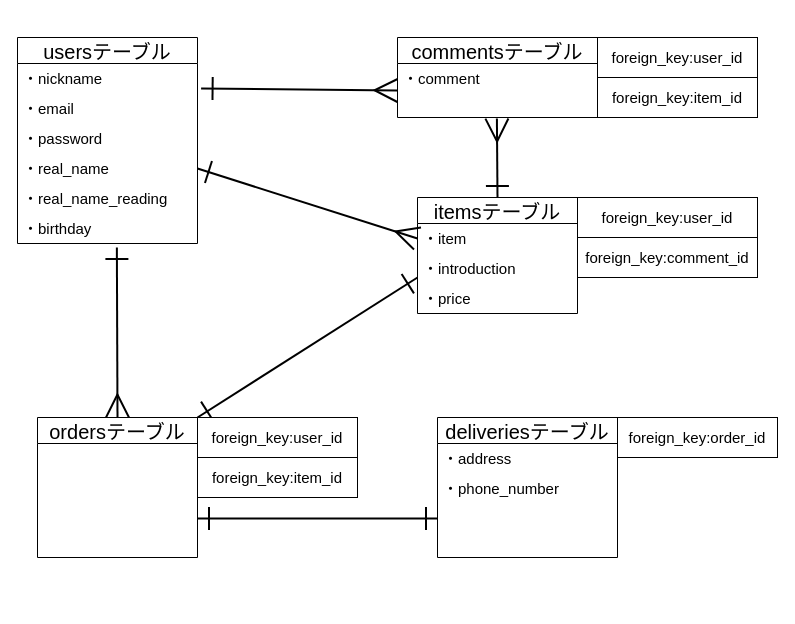
suzuka1621/furima-38672 keeps this draw.io diagram as furima.dio. Above is the earlier version. Source tidied: cells renumbered, new cells numbered last; positions are measured from the earlier drawing's top-left corner, leaving out a move shared by most shapes. Both pictures are drawn from the tidied source at 100%, with x=0, y=0 at pixel (17, 37).
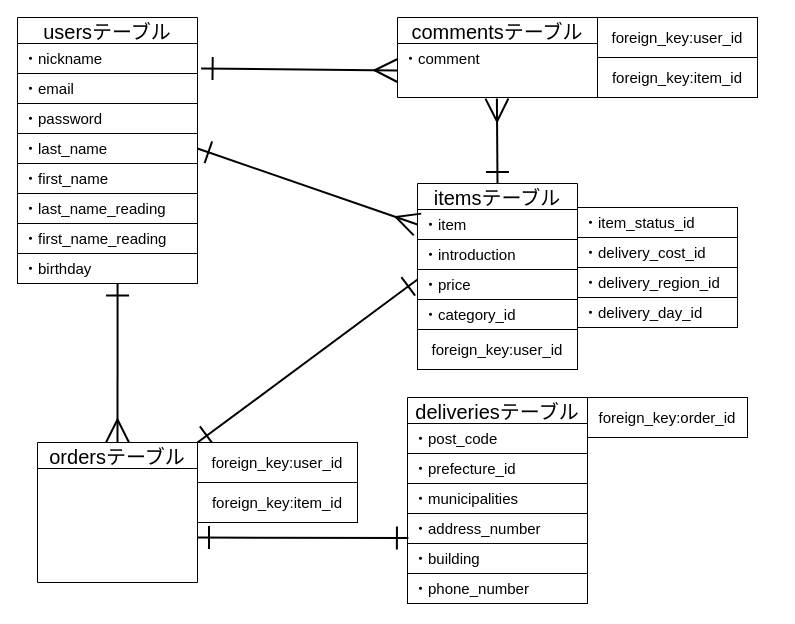
After the change.

Commit message (it also covers changes not shown here):
DB設計コード再修正(2回目)

The change refers to these unchanged cells:
```xml
<mxCell id="3" value="・comment" style="text;strokeColor=none;fillColor=none;spacingLeft=4;spacingRight=4;overflow=hidden;points=[[0,0.5],[1,0.5]];portConstraint=eastwest;fontSize=15;" parent="2" vertex="1">
  <mxGeometry y="26" width="200" height="54" as="geometry" />
</mxCell>
```

The edit, as a diff of the source:
```diff
@@
     <mxCell id="2" value="commentsテーブル" style="swimlane;fontStyle=0;horizontal=1;startSize=26;align=center;fontSize=20;" parent="1" vertex="1">
-      <mxGeometry x="380" width="200" height="80" as="geometry" />
+      <mxGeometry x="380" y="-20" width="200" height="80" as="geometry" />
     </mxCell>
@@
-    <mxCell id="4" style="edgeStyle=none;jumpStyle=none;jumpSize=20;html=1;exitX=1;exitY=0;exitDx=0;exitDy=0;entryX=0;entryY=0.8;entryDx=0;entryDy=0;entryPerimeter=0;strokeColor=default;strokeWidth=2;fontFamily=Helvetica;fontSize=15;startArrow=ERone;startFill=0;endArrow=ERone;endFill=0;startSize=20;endSize=20;sourcePerimeterSpacing=20;targetPerimeterSpacing=20;" parent="1" edge="1" source="6" target="18">
-      <mxGeometry relative="1" as="geometry" />
+    <mxCell id="4" style="edgeStyle=none;jumpStyle=none;jumpSize=20;html=1;exitX=1;exitY=0;exitDx=0;exitDy=0;strokeColor=default;strokeWidth=2;fontFamily=Helvetica;fontSize=15;startArrow=ERone;startFill=0;endArrow=ERone;endFill=0;startSize=20;endSize=20;sourcePerimeterSpacing=20;targetPerimeterSpacing=20;entryX=0;entryY=0;entryDx=0;entryDy=0;entryPerimeter=0;" parent="1" edge="1" source="6">
+      <mxGeometry relative="1" as="geometry">
+        <mxPoint x="400" y="242" as="targetPoint" />
+      </mxGeometry>
     </mxCell>
-    <mxCell id="5" style="edgeStyle=none;jumpStyle=none;jumpSize=20;html=1;exitX=0.5;exitY=0;exitDx=0;exitDy=0;entryX=0.552;entryY=1.133;entryDx=0;entryDy=0;entryPerimeter=0;strokeColor=default;strokeWidth=2;fontFamily=Helvetica;fontSize=15;startArrow=ERmany;startFill=0;endArrow=ERone;endFill=0;startSize=20;endSize=20;sourcePerimeterSpacing=20;targetPerimeterSpacing=20;" parent="1" edge="1" source="6" target="14">
+    <mxCell id="5" style="edgeStyle=none;jumpStyle=none;jumpSize=20;html=1;exitX=0.5;exitY=0;exitDx=0;exitDy=0;strokeColor=default;strokeWidth=2;fontFamily=Helvetica;fontSize=15;startArrow=ERmany;startFill=0;endArrow=ERone;endFill=0;startSize=20;endSize=20;sourcePerimeterSpacing=20;targetPerimeterSpacing=20;entryX=0.556;entryY=1.02;entryDx=0;entryDy=0;entryPerimeter=0;" parent="1" edge="1" source="6" target="33">
       <mxGeometry relative="1" as="geometry" />
     </mxCell>
     <mxCell id="6" value="ordersテーブル" style="swimlane;fontStyle=0;horizontal=1;startSize=26;align=center;fontSize=20;" parent="1" vertex="1">
-      <mxGeometry x="20" y="380" width="160" height="140" as="geometry" />
+      <mxGeometry x="20" y="405" width="160" height="140" as="geometry" />
     </mxCell>
@@
     <mxCell id="8" value="usersテーブル" style="swimlane;fontStyle=0;horizontal=1;startSize=26;align=center;fontSize=20;" parent="1" vertex="1">
-      <mxGeometry width="180" height="206" as="geometry" />
+      <mxGeometry y="-20" width="180" height="266" as="geometry" />
     </mxCell>
-    <mxCell id="9" value="・nickname" style="text;strokeColor=none;fillColor=none;spacingLeft=4;spacingRight=4;overflow=hidden;points=[[0,0.5],[1,0.5]];portConstraint=eastwest;fontSize=15;" parent="8" vertex="1">
+    <mxCell id="9" value="・nickname" style="text;strokeColor=default;fillColor=none;spacingLeft=4;spacingRight=4;overflow=hidden;points=[[0,0.5],[1,0.5]];portConstraint=eastwest;fontSize=15;" parent="8" vertex="1">
       <mxGeometry y="26" width="180" height="30" as="geometry" />
     </mxCell>
-    <mxCell id="10" value="・email" style="text;strokeColor=none;fillColor=none;spacingLeft=4;spacingRight=4;overflow=hidden;fontSize=15;" parent="8" vertex="1">
+    <mxCell id="10" value="・email" style="text;strokeColor=default;fillColor=none;spacingLeft=4;spacingRight=4;overflow=hidden;fontSize=15;" parent="8" vertex="1">
       <mxGeometry y="56" width="180" height="30" as="geometry" />
     </mxCell>
-    <mxCell id="11" value="・password" style="text;strokeColor=none;fillColor=none;spacingLeft=4;spacingRight=4;overflow=hidden;fontSize=15;" parent="8" vertex="1">
+    <mxCell id="11" value="・password" style="text;strokeColor=default;fillColor=none;spacingLeft=4;spacingRight=4;overflow=hidden;fontSize=15;" parent="8" vertex="1">
       <mxGeometry y="86" width="180" height="30" as="geometry" />
     </mxCell>
-    <mxCell id="12" value="・real_name" style="text;strokeColor=none;fillColor=none;spacingLeft=4;spacingRight=4;overflow=hidden;points=[[0,0.5],[1,0.5]];portConstraint=eastwest;fontSize=15;" parent="8" vertex="1">
+    <mxCell id="12" value="・last_name&#10;&#10;" style="text;strokeColor=default;fillColor=none;spacingLeft=4;spacingRight=4;overflow=hidden;points=[[0,0.5],[1,0.5]];portConstraint=eastwest;fontSize=15;" parent="8" vertex="1">
       <mxGeometry y="116" width="180" height="30" as="geometry" />
     </mxCell>
-    <mxCell id="13" value="・real_name_reading" style="text;strokeColor=none;fillColor=none;spacingLeft=4;spacingRight=4;overflow=hidden;fontSize=15;" parent="8" vertex="1">
+    <mxCell id="13" value="・first_name" style="text;strokeColor=default;fillColor=none;spacingLeft=4;spacingRight=4;overflow=hidden;fontSize=15;" parent="8" vertex="1">
       <mxGeometry y="146" width="180" height="30" as="geometry" />
     </mxCell>
-    <mxCell id="14" value="・birthday" style="text;strokeColor=none;fillColor=none;spacingLeft=4;spacingRight=4;overflow=hidden;points=[[0,0.5],[1,0.5]];portConstraint=eastwest;fontSize=15;" parent="8" vertex="1">
+    <mxCell id="14" value="・last_name_reading" style="text;strokeColor=default;fillColor=none;spacingLeft=4;spacingRight=4;overflow=hidden;points=[[0,0.5],[1,0.5]];portConstraint=eastwest;fontSize=15;" parent="8" vertex="1">
       <mxGeometry y="176" width="180" height="30" as="geometry" />
     </mxCell>
+    <mxCell id="32" value="・first_name_reading" style="text;strokeColor=default;fillColor=none;spacingLeft=4;spacingRight=4;overflow=hidden;fontSize=15;" parent="8" vertex="1">
+      <mxGeometry y="206" width="180" height="30" as="geometry" />
+    </mxCell>
+    <mxCell id="33" value="・birthday" style="text;strokeColor=default;fillColor=none;spacingLeft=4;spacingRight=4;overflow=hidden;points=[[0,0.5],[1,0.5]];portConstraint=eastwest;fontSize=15;" parent="8" vertex="1">
+      <mxGeometry y="236" width="180" height="30" as="geometry" />
+    </mxCell>
-    <mxCell id="15" style="edgeStyle=none;jumpStyle=none;jumpSize=20;html=1;exitX=0.5;exitY=0;exitDx=0;exitDy=0;entryX=0.497;entryY=1.019;entryDx=0;entryDy=0;entryPerimeter=0;strokeColor=default;strokeWidth=2;fontFamily=Helvetica;fontSize=15;startArrow=ERone;startFill=0;endArrow=ERmany;endFill=0;startSize=20;endSize=20;sourcePerimeterSpacing=20;targetPerimeterSpacing=20;" parent="1" edge="1" source="16" target="3">
+    <mxCell id="15" style="edgeStyle=none;jumpStyle=none;jumpSize=20;html=1;entryX=0.497;entryY=1.019;entryDx=0;entryDy=0;entryPerimeter=0;strokeColor=default;strokeWidth=2;fontFamily=Helvetica;fontSize=15;startArrow=ERone;startFill=0;endArrow=ERmany;endFill=0;startSize=20;endSize=20;sourcePerimeterSpacing=20;targetPerimeterSpacing=20;exitX=0.5;exitY=0;exitDx=0;exitDy=0;" parent="1" edge="1" source="16" target="3">
       <mxGeometry relative="1" as="geometry" />
     </mxCell>
     <mxCell id="16" value="itemsテーブル" style="swimlane;fontStyle=0;horizontal=1;startSize=26;align=center;fontSize=20;" parent="1" vertex="1">
-      <mxGeometry x="400" y="160" width="160" height="116" as="geometry" />
+      <mxGeometry x="400" y="146" width="160" height="186" as="geometry" />
     </mxCell>
-    <mxCell id="17" value="・item" style="text;strokeColor=none;fillColor=none;spacingLeft=4;spacingRight=4;overflow=hidden;points=[[0,0.5],[1,0.5]];portConstraint=eastwest;fontSize=15;" parent="16" vertex="1">
+    <mxCell id="17" value="・item" style="text;strokeColor=default;fillColor=none;spacingLeft=4;spacingRight=4;overflow=hidden;points=[[0,0.5],[1,0.5]];portConstraint=eastwest;fontSize=15;" parent="16" vertex="1">
       <mxGeometry y="26" width="160" height="30" as="geometry" />
     </mxCell>
-    <mxCell id="18" value="・introduction" style="text;strokeColor=none;fillColor=none;spacingLeft=4;spacingRight=4;overflow=hidden;points=[[0,0.5],[1,0.5]];portConstraint=eastwest;fontSize=15;" parent="16" vertex="1">
+    <mxCell id="18" value="・introduction" style="text;strokeColor=default;fillColor=none;spacingLeft=4;spacingRight=4;overflow=hidden;points=[[0,0.5],[1,0.5]];portConstraint=eastwest;fontSize=15;" parent="16" vertex="1">
       <mxGeometry y="56" width="160" height="30" as="geometry" />
     </mxCell>
-    <mxCell id="19" value="・price" style="text;strokeColor=none;fillColor=none;spacingLeft=4;spacingRight=4;overflow=hidden;fontSize=15;" parent="16" vertex="1">
+    <mxCell id="19" value="・price" style="text;strokeColor=default;fillColor=none;spacingLeft=4;spacingRight=4;overflow=hidden;fontSize=15;" parent="16" vertex="1">
       <mxGeometry y="86" width="160" height="30" as="geometry" />
     </mxCell>
+    <mxCell id="34" value="・category_id" style="text;strokeColor=none;fillColor=none;spacingLeft=4;spacingRight=4;overflow=hidden;fontSize=15;" parent="16" vertex="1">
+      <mxGeometry y="116" width="160" height="30" as="geometry" />
+    </mxCell>
-    <mxCell id="20" value="foreign_key:user_id" style="whiteSpace=wrap;html=1;align=center;labelBackgroundColor=none;fontFamily=Helvetica;fontSize=15;" parent="1" vertex="1">
-      <mxGeometry x="560" y="160" width="180" height="40" as="geometry" />
+    <mxCell id="20" value="foreign_key:user_id" style="whiteSpace=wrap;html=1;align=center;labelBackgroundColor=none;fontFamily=Helvetica;fontSize=15;" parent="16" vertex="1">
+      <mxGeometry y="146" width="160" height="40" as="geometry" />
     </mxCell>
     <mxCell id="21" value="foreign_key:user_id" style="whiteSpace=wrap;html=1;align=center;labelBackgroundColor=none;fontFamily=Helvetica;fontSize=15;" parent="1" vertex="1">
-      <mxGeometry x="580" width="160" height="40" as="geometry" />
+      <mxGeometry x="580" y="-20" width="160" height="40" as="geometry" />
     </mxCell>
     <mxCell id="22" value="foreign_key:item_id" style="whiteSpace=wrap;html=1;align=center;labelBackgroundColor=none;fontFamily=Helvetica;fontSize=15;" parent="1" vertex="1">
-      <mxGeometry x="580" y="40" width="160" height="40" as="geometry" />
+      <mxGeometry x="580" y="20" width="160" height="40" as="geometry" />
     </mxCell>
@@
     <mxCell id="24" value="foreign_key:user_id" style="whiteSpace=wrap;html=1;align=center;labelBackgroundColor=none;fontFamily=Helvetica;fontSize=15;" parent="1" vertex="1">
-      <mxGeometry x="180" y="380" width="160" height="40" as="geometry" />
+      <mxGeometry x="180" y="405" width="160" height="40" as="geometry" />
     </mxCell>
-    <mxCell id="25" style="edgeStyle=none;jumpStyle=none;jumpSize=20;html=1;strokeColor=default;strokeWidth=2;fontFamily=Helvetica;fontSize=15;startArrow=ERone;startFill=0;endArrow=ERone;endFill=0;startSize=20;endSize=20;sourcePerimeterSpacing=20;targetPerimeterSpacing=20;exitX=1;exitY=0.5;exitDx=0;exitDy=0;" parent="1" edge="1">
+    <mxCell id="25" style="edgeStyle=none;jumpStyle=none;jumpSize=20;html=1;strokeColor=default;strokeWidth=2;fontFamily=Helvetica;fontSize=15;startArrow=ERone;startFill=0;endArrow=ERone;endFill=0;startSize=20;endSize=20;sourcePerimeterSpacing=20;targetPerimeterSpacing=20;entryX=0.005;entryY=0.82;entryDx=0;entryDy=0;entryPerimeter=0;" parent="1" edge="1" target="37">
       <mxGeometry relative="1" as="geometry">
-        <mxPoint x="180" y="481" as="sourcePoint" />
-        <mxPoint x="420" y="481" as="targetPoint" />
+        <mxPoint x="180" y="500" as="sourcePoint" />
       </mxGeometry>
     </mxCell>
     <mxCell id="26" value="deliveriesテーブル" style="swimlane;fontStyle=0;horizontal=1;startSize=26;align=center;fontSize=20;" parent="1" vertex="1">
-      <mxGeometry x="420" y="380" width="180" height="140" as="geometry" />
+      <mxGeometry x="390" y="360" width="180" height="206" as="geometry" />
     </mxCell>
-    <mxCell id="27" value="・address" style="text;strokeColor=none;fillColor=none;spacingLeft=4;spacingRight=4;overflow=hidden;fontSize=15;" parent="26" vertex="1">
+    <mxCell id="27" value="・post_code" style="text;strokeColor=default;fillColor=none;spacingLeft=4;spacingRight=4;overflow=hidden;fontSize=15;" parent="26" vertex="1">
       <mxGeometry y="26" width="180" height="30" as="geometry" />
     </mxCell>
+    <mxCell id="35" value="・prefecture_id" style="text;strokeColor=default;fillColor=none;spacingLeft=4;spacingRight=4;overflow=hidden;fontSize=15;" parent="26" vertex="1">
+      <mxGeometry y="56" width="180" height="30" as="geometry" />
+    </mxCell>
+    <mxCell id="36" value="・municipalities" style="text;strokeColor=default;fillColor=none;spacingLeft=4;spacingRight=4;overflow=hidden;fontSize=15;" parent="26" vertex="1">
+      <mxGeometry y="86" width="180" height="30" as="geometry" />
+    </mxCell>
+    <mxCell id="37" value="・address_number" style="text;strokeColor=default;fillColor=none;spacingLeft=4;spacingRight=4;overflow=hidden;points=[[0,0.5],[1,0.5]];portConstraint=eastwest;fontSize=15;" parent="26" vertex="1">
+      <mxGeometry y="116" width="180" height="30" as="geometry" />
+    </mxCell>
+    <mxCell id="38" value="・building" style="text;strokeColor=default;fillColor=none;spacingLeft=4;spacingRight=4;overflow=hidden;fontSize=15;" parent="26" vertex="1">
+      <mxGeometry y="146" width="180" height="30" as="geometry" />
+    </mxCell>
-    <mxCell id="28" value="・phone_number" style="text;strokeColor=none;fillColor=none;spacingLeft=4;spacingRight=4;overflow=hidden;fontSize=15;" parent="26" vertex="1">
-      <mxGeometry y="56" width="180" height="84" as="geometry" />
+    <mxCell id="28" value="・phone_number" style="text;strokeColor=default;fillColor=none;spacingLeft=4;spacingRight=4;overflow=hidden;fontSize=15;" parent="26" vertex="1">
+      <mxGeometry y="176" width="180" height="30" as="geometry" />
     </mxCell>
     <mxCell id="29" value="foreign_key:item_id" style="whiteSpace=wrap;html=1;align=center;labelBackgroundColor=none;fontFamily=Helvetica;fontSize=15;" parent="1" vertex="1">
-      <mxGeometry x="180" y="420" width="160" height="40" as="geometry" />
+      <mxGeometry x="180" y="445" width="160" height="40" as="geometry" />
     </mxCell>
     <mxCell id="30" value="foreign_key:order_id" style="whiteSpace=wrap;html=1;align=center;labelBackgroundColor=none;fontFamily=Helvetica;fontSize=15;" parent="1" vertex="1">
-      <mxGeometry x="600" y="380" width="160" height="40" as="geometry" />
+      <mxGeometry x="570" y="360" width="160" height="40" as="geometry" />
     </mxCell>
-    <mxCell id="31" value="foreign_key:comment_id" style="whiteSpace=wrap;html=1;align=center;labelBackgroundColor=none;fontFamily=Helvetica;fontSize=15;" parent="1" vertex="1">
-      <mxGeometry x="560" y="200" width="180" height="40" as="geometry" />
-    </mxCell>
+    <mxCell id="39" value="・item_status_id" style="text;strokeColor=default;fillColor=none;spacingLeft=4;spacingRight=4;overflow=hidden;fontSize=15;" parent="1" vertex="1">
+      <mxGeometry x="560" y="170" width="160" height="30" as="geometry" />
+    </mxCell>
+    <mxCell id="40" value="・delivery_cost_id" style="text;strokeColor=default;fillColor=none;spacingLeft=4;spacingRight=4;overflow=hidden;fontSize=15;" parent="1" vertex="1">
+      <mxGeometry x="560" y="200" width="160" height="30" as="geometry" />
+    </mxCell>
+    <mxCell id="41" value="・delivery_region_id" style="text;strokeColor=default;fillColor=none;spacingLeft=4;spacingRight=4;overflow=hidden;fontSize=15;" parent="1" vertex="1">
+      <mxGeometry x="560" y="230" width="160" height="30" as="geometry" />
+    </mxCell>
+    <mxCell id="42" value="・delivery_day_id" style="text;strokeColor=default;fillColor=none;spacingLeft=4;spacingRight=4;overflow=hidden;fontSize=15;" parent="1" vertex="1">
+      <mxGeometry x="560" y="260" width="160" height="30" as="geometry" />
+    </mxCell>
```
